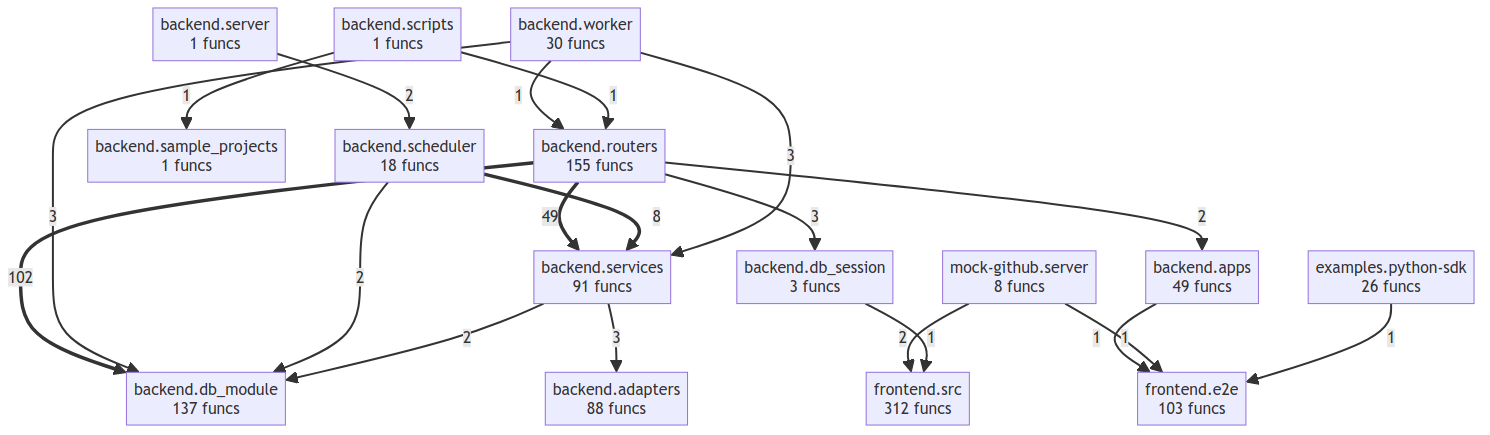
This is project/compact_flow.png from semcod/www, a Mermaid export, as it was before one commit. Its source is kept beside it as project/compact_flow.mmd.
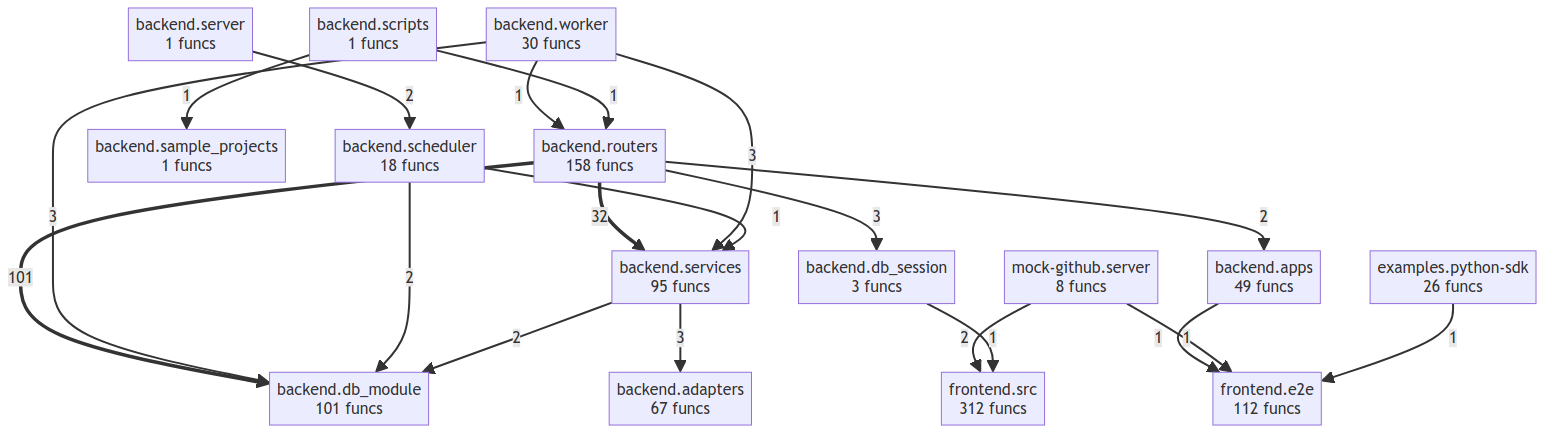
The same file after the commit.

Diff of the diagram source:
```diff
@@ -1,22 +1,21 @@
 flowchart TD
-    backend__adapters["backend.adapters<br/>88 funcs"]
+    backend__adapters["backend.adapters<br/>67 funcs"]
     backend__apps["backend.apps<br/>49 funcs"]
-    backend__db_module["backend.db_module<br/>137 funcs"]
+    backend__db_module["backend.db_module<br/>101 funcs"]
     backend__db_session["backend.db_session<br/>3 funcs"]
-    backend__routers["backend.routers<br/>155 funcs"]
+    backend__routers["backend.routers<br/>158 funcs"]
     backend__sample_projects["backend.sample_projects<br/>1 funcs"]
     backend__scheduler["backend.scheduler<br/>18 funcs"]
     backend__scripts["backend.scripts<br/>1 funcs"]
     backend__server["backend.server<br/>1 funcs"]
-    backend__services["backend.services<br/>91 funcs"]
+    backend__services["backend.services<br/>95 funcs"]
     backend__worker["backend.worker<br/>30 funcs"]
     examples__python_sdk["examples.python-sdk<br/>26 funcs"]
-    frontend__e2e["frontend.e2e<br/>103 funcs"]
+    frontend__e2e["frontend.e2e<br/>112 funcs"]
     frontend__src["frontend.src<br/>312 funcs"]
     mock_github__server["mock-github.server<br/>8 funcs"]
-    backend__routers ==>|102| backend__db_module
-    backend__routers ==>|49| backend__services
-    backend__scheduler ==>|8| backend__services
+    backend__routers ==>|101| backend__db_module
+    backend__routers ==>|32| backend__services
     backend__services -->|3| backend__adapters
     backend__worker -->|3| backend__db_module
     backend__worker -->|3| backend__services
@@ -27,6 +26,7 @@
     backend__routers -->|2| backend__apps
     mock_github__server -->|2| frontend__src
     backend__db_session -->|1| frontend__src
+    backend__scheduler -->|1| backend__services
     backend__worker -->|1| backend__routers
     backend__scripts -->|1| backend__sample_projects
     backend__scripts -->|1| backend__routers
```
